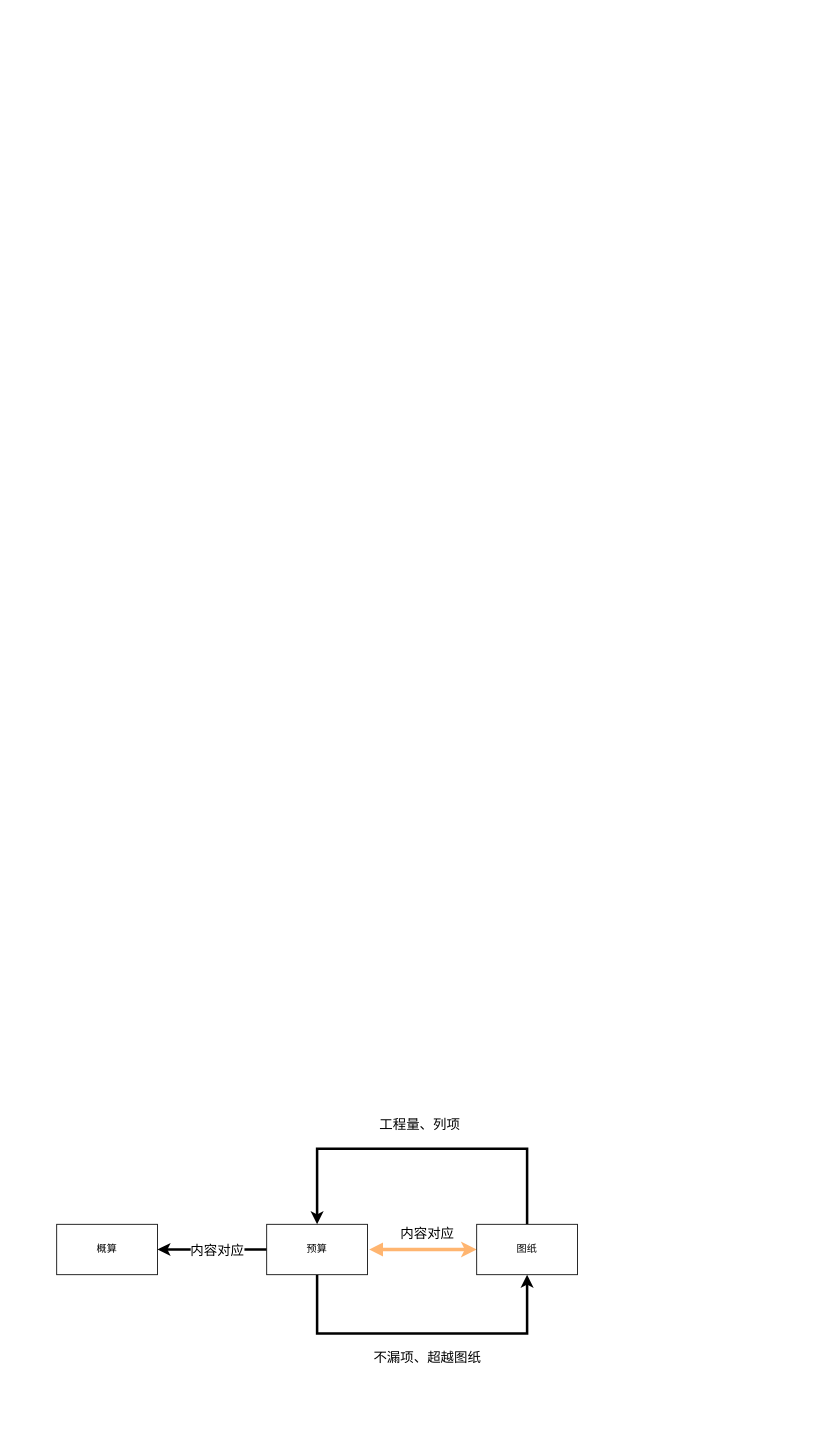
Before: Untitled Diagram.drawio in 26awen/drawiofiles, a draw.io diagram. Source tidied: cells renumbered, new cells numbered last; positions are measured from the earlier drawing's top-left corner, leaving out a move shared by most shapes. Both pictures are drawn from the tidied source at 84%, with x=0, y=0 at pixel (56, 1148).
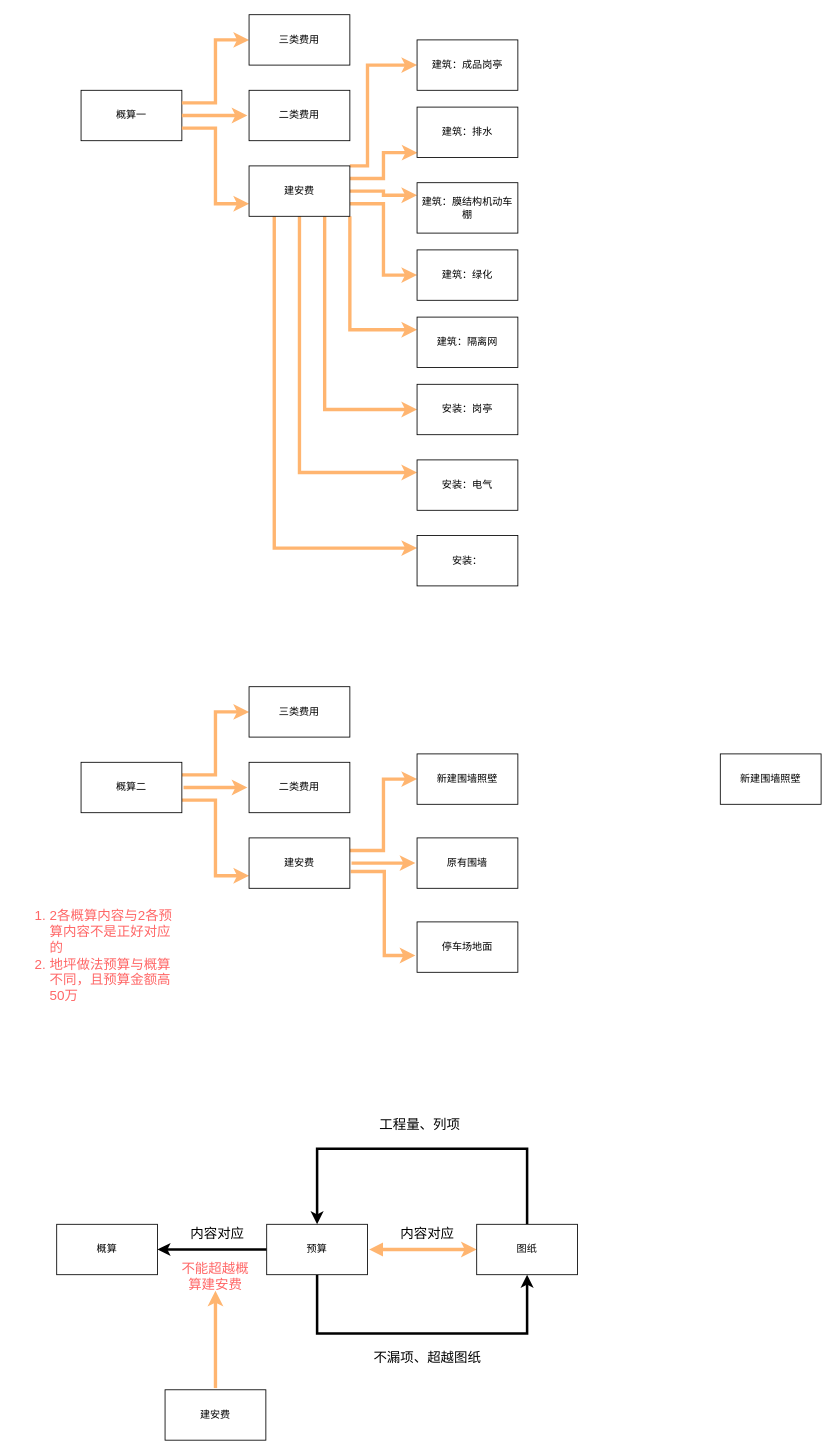
Above is the later version.

The change refers to these unchanged cells:
```xml
<mxCell id="3" style="edgeStyle=orthogonalEdgeStyle;jettySize=auto;html=1;rounded=0;strokeWidth=3;" parent="1" edge="1" source="9" target="2">
  <mxGeometry relative="1" as="geometry" />
</mxCell>
```

What changed in the source:
```diff
@@
     <mxCell id="4" value="内容对应" style="edgeLabel;html=1;align=center;verticalAlign=middle;fontSize=16;" parent="3" vertex="1">
       <mxGeometry x="-0.32" y="-2" relative="1" as="geometry">
-        <mxPoint x="-16" y="2" as="offset" />
+        <mxPoint x="-16" y="-18" as="offset" />
       </mxGeometry>
     </mxCell>
@@
+    <mxCell id="13" value="&lt;font color=&quot;#ff6666&quot;&gt;不能超越概算建安费&lt;/font&gt;" style="text;html=1;strokeColor=none;fillColor=none;align=center;verticalAlign=middle;whiteSpace=wrap;rounded=0;fontSize=16;" parent="1" vertex="1">
+      <mxGeometry x="144" y="137" width="90" height="30" as="geometry" />
+    </mxCell>
+    <mxCell id="14" style="edgeStyle=orthogonalEdgeStyle;rounded=0;jettySize=auto;html=1;fontSize=16;fontColor=#FF6666;startArrow=none;sourcePerimeterSpacing=2;targetPerimeterSpacing=2;strokeColor=#FFB570;strokeWidth=4;startFill=0;" parent="1" edge="1" source="15" target="13">
+      <mxGeometry relative="1" as="geometry" />
+    </mxCell>
+    <mxCell id="15" value="建安费" style="rounded=0;whiteSpace=wrap;html=1;" parent="1" vertex="1">
+      <mxGeometry x="129" y="287" width="120" height="60" as="geometry" />
+    </mxCell>
+    <mxCell id="16" value="概算一" style="rounded=0;whiteSpace=wrap;html=1;" parent="1" vertex="1">
+      <mxGeometry x="29" y="-1260" width="120" height="60" as="geometry" />
+    </mxCell>
+    <mxCell id="17" style="edgeStyle=orthogonalEdgeStyle;rounded=0;jettySize=auto;html=1;fontSize=16;fontColor=#FF6666;startArrow=none;startFill=0;sourcePerimeterSpacing=2;targetPerimeterSpacing=2;strokeColor=#FFB570;strokeWidth=4;" parent="1" edge="1" source="20" target="21">
+      <mxGeometry relative="1" as="geometry" />
+    </mxCell>
+    <mxCell id="18" style="edgeStyle=orthogonalEdgeStyle;rounded=0;jettySize=auto;html=1;exitX=1;exitY=0.25;exitDx=0;exitDy=0;fontSize=16;fontColor=#FF6666;startArrow=none;startFill=0;sourcePerimeterSpacing=2;targetPerimeterSpacing=2;strokeColor=#FFB570;strokeWidth=4;entryX=0;entryY=0.5;entryDx=0;entryDy=0;" parent="1" edge="1" source="20" target="22">
+      <mxGeometry relative="1" as="geometry" />
+    </mxCell>
+    <mxCell id="19" style="edgeStyle=orthogonalEdgeStyle;rounded=0;jettySize=auto;html=1;exitX=1;exitY=0.75;exitDx=0;exitDy=0;entryX=0;entryY=0.75;entryDx=0;entryDy=0;fontSize=16;fontColor=#FF6666;startArrow=none;startFill=0;sourcePerimeterSpacing=2;targetPerimeterSpacing=2;strokeColor=#FFB570;strokeWidth=4;" parent="1" edge="1" source="20" target="26">
+      <mxGeometry relative="1" as="geometry" />
+    </mxCell>
+    <mxCell id="20" value="概算二" style="rounded=0;whiteSpace=wrap;html=1;" parent="1" vertex="1">
+      <mxGeometry x="29" y="-460" width="120" height="60" as="geometry" />
+    </mxCell>
+    <mxCell id="21" value="二类费用" style="rounded=0;whiteSpace=wrap;html=1;" parent="1" vertex="1">
+      <mxGeometry x="229" y="-460" width="120" height="60" as="geometry" />
+    </mxCell>
+    <mxCell id="22" value="三类费用" style="rounded=0;whiteSpace=wrap;html=1;" parent="1" vertex="1">
+      <mxGeometry x="229" y="-550" width="120" height="60" as="geometry" />
+    </mxCell>
+    <mxCell id="23" style="edgeStyle=orthogonalEdgeStyle;rounded=0;jettySize=auto;html=1;fontSize=16;fontColor=#FF6666;startArrow=none;startFill=0;sourcePerimeterSpacing=2;targetPerimeterSpacing=2;strokeColor=#FFB570;strokeWidth=4;" parent="1" edge="1" source="26" target="28">
+      <mxGeometry relative="1" as="geometry" />
+    </mxCell>
+    <mxCell id="24" style="edgeStyle=orthogonalEdgeStyle;rounded=0;jettySize=auto;html=1;fontSize=16;fontColor=#FF6666;startArrow=none;startFill=0;sourcePerimeterSpacing=2;targetPerimeterSpacing=2;strokeColor=#FFB570;strokeWidth=4;" parent="1" edge="1" target="29">
+      <mxGeometry relative="1" as="geometry">
+        <mxPoint x="350" y="-330" as="sourcePoint" />
+        <Array as="points">
+          <mxPoint x="390" y="-330" />
+          <mxPoint x="390" y="-230" />
+        </Array>
+      </mxGeometry>
+    </mxCell>
+    <mxCell id="25" style="edgeStyle=orthogonalEdgeStyle;rounded=0;jettySize=auto;html=1;exitX=1;exitY=0.25;exitDx=0;exitDy=0;fontSize=16;fontColor=#FF6666;startArrow=none;startFill=0;sourcePerimeterSpacing=2;targetPerimeterSpacing=2;strokeColor=#FFB570;strokeWidth=4;entryX=0;entryY=0.5;entryDx=0;entryDy=0;" parent="1" edge="1" source="26" target="30">
+      <mxGeometry relative="1" as="geometry" />
+    </mxCell>
+    <mxCell id="26" value="建安费" style="rounded=0;whiteSpace=wrap;html=1;" parent="1" vertex="1">
+      <mxGeometry x="229" y="-370" width="120" height="60" as="geometry" />
+    </mxCell>
+    <mxCell id="27" value="&lt;ol&gt;&lt;li&gt;2各概算内容与2各预算内容不是正好对应的&lt;/li&gt;&lt;li&gt;地坪做法预算与概算不同，且预算金额高50万&lt;/li&gt;&lt;/ol&gt;" style="text;strokeColor=none;fillColor=none;html=1;whiteSpace=wrap;verticalAlign=middle;overflow=hidden;fontSize=16;fontColor=#FF6666;" parent="1" vertex="1">
+      <mxGeometry x="-50" y="-310" width="190" height="160" as="geometry" />
+    </mxCell>
+    <mxCell id="28" value="原有围墙" style="rounded=0;whiteSpace=wrap;html=1;" parent="1" vertex="1">
+      <mxGeometry x="429" y="-370" width="120" height="60" as="geometry" />
+    </mxCell>
+    <mxCell id="29" value="停车场地面" style="rounded=0;whiteSpace=wrap;html=1;" parent="1" vertex="1">
+      <mxGeometry x="429" y="-270" width="120" height="60" as="geometry" />
+    </mxCell>
+    <mxCell id="30" value="新建围墙照壁" style="rounded=0;whiteSpace=wrap;html=1;" parent="1" vertex="1">
+      <mxGeometry x="429" y="-470" width="120" height="60" as="geometry" />
+    </mxCell>
+    <mxCell id="31" value="新建围墙照壁" style="rounded=0;whiteSpace=wrap;html=1;" parent="1" vertex="1">
+      <mxGeometry x="790" y="-470" width="120" height="60" as="geometry" />
+    </mxCell>
+    <mxCell id="32" style="edgeStyle=orthogonalEdgeStyle;rounded=0;jettySize=auto;html=1;fontSize=16;fontColor=#FF6666;startArrow=none;startFill=0;sourcePerimeterSpacing=2;targetPerimeterSpacing=2;strokeColor=#FFB570;strokeWidth=4;exitX=1;exitY=0.5;exitDx=0;exitDy=0;" parent="1" edge="1" source="16" target="35">
+      <mxGeometry relative="1" as="geometry" />
+    </mxCell>
+    <mxCell id="33" style="edgeStyle=orthogonalEdgeStyle;rounded=0;jettySize=auto;html=1;fontSize=16;fontColor=#FF6666;startArrow=none;startFill=0;sourcePerimeterSpacing=2;targetPerimeterSpacing=2;strokeColor=#FFB570;strokeWidth=4;entryX=0;entryY=0.5;entryDx=0;entryDy=0;exitX=1;exitY=0.25;exitDx=0;exitDy=0;" parent="1" edge="1" source="16" target="36">
+      <mxGeometry relative="1" as="geometry" />
+    </mxCell>
+    <mxCell id="34" style="edgeStyle=orthogonalEdgeStyle;rounded=0;jettySize=auto;html=1;entryX=0;entryY=0.75;entryDx=0;entryDy=0;fontSize=16;fontColor=#FF6666;startArrow=none;startFill=0;sourcePerimeterSpacing=2;targetPerimeterSpacing=2;strokeColor=#FFB570;strokeWidth=4;exitX=1;exitY=0.75;exitDx=0;exitDy=0;" parent="1" edge="1" source="16" target="45">
+      <mxGeometry relative="1" as="geometry" />
+    </mxCell>
+    <mxCell id="35" value="二类费用" style="rounded=0;whiteSpace=wrap;html=1;" parent="1" vertex="1">
+      <mxGeometry x="229" y="-1260" width="120" height="60" as="geometry" />
+    </mxCell>
+    <mxCell id="36" value="三类费用" style="rounded=0;whiteSpace=wrap;html=1;" parent="1" vertex="1">
+      <mxGeometry x="229" y="-1350" width="120" height="60" as="geometry" />
+    </mxCell>
+    <mxCell id="37" style="edgeStyle=orthogonalEdgeStyle;rounded=0;jettySize=auto;html=1;fontSize=16;fontColor=#FF6666;startArrow=none;startFill=0;sourcePerimeterSpacing=2;targetPerimeterSpacing=2;strokeColor=#FFB570;strokeWidth=4;entryX=0;entryY=0.5;entryDx=0;entryDy=0;exitX=1;exitY=0;exitDx=0;exitDy=0;" parent="1" edge="1" source="45" target="46">
+      <mxGeometry relative="1" as="geometry">
+        <Array as="points">
+          <mxPoint x="370" y="-1170" />
+          <mxPoint x="370" y="-1290" />
+        </Array>
+      </mxGeometry>
+    </mxCell>
+    <mxCell id="38" style="edgeStyle=orthogonalEdgeStyle;rounded=0;jettySize=auto;html=1;exitX=1;exitY=0.25;exitDx=0;exitDy=0;entryX=0.004;entryY=0.904;entryDx=0;entryDy=0;entryPerimeter=0;fontSize=16;fontColor=#FF6666;startArrow=none;startFill=0;sourcePerimeterSpacing=2;targetPerimeterSpacing=2;strokeColor=#FFB570;strokeWidth=4;" parent="1" edge="1" source="45" target="47">
+      <mxGeometry relative="1" as="geometry" />
+    </mxCell>
+    <mxCell id="39" style="edgeStyle=orthogonalEdgeStyle;rounded=0;jettySize=auto;html=1;exitX=1;exitY=0.5;exitDx=0;exitDy=0;entryX=0;entryY=0.25;entryDx=0;entryDy=0;fontSize=16;fontColor=#FF6666;startArrow=none;startFill=0;sourcePerimeterSpacing=2;targetPerimeterSpacing=2;strokeColor=#FFB570;strokeWidth=4;" parent="1" edge="1" source="45" target="48">
+      <mxGeometry relative="1" as="geometry" />
+    </mxCell>
+    <mxCell id="40" style="edgeStyle=orthogonalEdgeStyle;rounded=0;jettySize=auto;html=1;exitX=1;exitY=0.75;exitDx=0;exitDy=0;entryX=0;entryY=0.5;entryDx=0;entryDy=0;fontSize=16;fontColor=#FF6666;startArrow=none;startFill=0;sourcePerimeterSpacing=2;targetPerimeterSpacing=2;strokeColor=#FFB570;strokeWidth=4;" parent="1" edge="1" source="45" target="49">
+      <mxGeometry relative="1" as="geometry" />
+    </mxCell>
+    <mxCell id="41" style="edgeStyle=orthogonalEdgeStyle;rounded=0;jettySize=auto;html=1;exitX=1;exitY=1;exitDx=0;exitDy=0;entryX=0;entryY=0.25;entryDx=0;entryDy=0;fontSize=16;fontColor=#FF6666;startArrow=none;startFill=0;sourcePerimeterSpacing=2;targetPerimeterSpacing=2;strokeColor=#FFB570;strokeWidth=4;" parent="1" edge="1" source="45" target="50">
+      <mxGeometry relative="1" as="geometry" />
+    </mxCell>
+    <mxCell id="42" style="edgeStyle=orthogonalEdgeStyle;rounded=0;jettySize=auto;html=1;exitX=0.75;exitY=1;exitDx=0;exitDy=0;entryX=0;entryY=0.5;entryDx=0;entryDy=0;fontSize=16;fontColor=#FF6666;startArrow=none;startFill=0;sourcePerimeterSpacing=2;targetPerimeterSpacing=2;strokeColor=#FFB570;strokeWidth=4;" parent="1" edge="1" source="45" target="51">
+      <mxGeometry relative="1" as="geometry" />
+    </mxCell>
+    <mxCell id="43" style="edgeStyle=orthogonalEdgeStyle;rounded=0;jettySize=auto;html=1;exitX=0.5;exitY=1;exitDx=0;exitDy=0;entryX=0;entryY=0.25;entryDx=0;entryDy=0;fontSize=16;fontColor=#FF6666;startArrow=none;startFill=0;sourcePerimeterSpacing=2;targetPerimeterSpacing=2;strokeColor=#FFB570;strokeWidth=4;" parent="1" edge="1" source="45" target="52">
+      <mxGeometry relative="1" as="geometry" />
+    </mxCell>
+    <mxCell id="44" style="edgeStyle=orthogonalEdgeStyle;rounded=0;jettySize=auto;html=1;exitX=0.25;exitY=1;exitDx=0;exitDy=0;entryX=0;entryY=0.25;entryDx=0;entryDy=0;fontSize=16;fontColor=#FF6666;startArrow=none;startFill=0;sourcePerimeterSpacing=2;targetPerimeterSpacing=2;strokeColor=#FFB570;strokeWidth=4;" parent="1" edge="1" source="45" target="53">
+      <mxGeometry relative="1" as="geometry" />
+    </mxCell>
+    <mxCell id="45" value="建安费" style="rounded=0;whiteSpace=wrap;html=1;" parent="1" vertex="1">
+      <mxGeometry x="229" y="-1170" width="120" height="60" as="geometry" />
+    </mxCell>
+    <mxCell id="46" value="建筑：成品岗亭" style="rounded=0;whiteSpace=wrap;html=1;" parent="1" vertex="1">
+      <mxGeometry x="429" y="-1320" width="120" height="60" as="geometry" />
+    </mxCell>
+    <mxCell id="47" value="建筑：排水" style="rounded=0;whiteSpace=wrap;html=1;" parent="1" vertex="1">
+      <mxGeometry x="429" y="-1240" width="120" height="60" as="geometry" />
+    </mxCell>
+    <mxCell id="48" value="建筑：膜结构机动车棚" style="rounded=0;whiteSpace=wrap;html=1;" parent="1" vertex="1">
+      <mxGeometry x="429" y="-1150" width="120" height="60" as="geometry" />
+    </mxCell>
+    <mxCell id="49" value="建筑：绿化" style="rounded=0;whiteSpace=wrap;html=1;" parent="1" vertex="1">
+      <mxGeometry x="429" y="-1070" width="120" height="60" as="geometry" />
+    </mxCell>
+    <mxCell id="50" value="建筑：隔离网" style="rounded=0;whiteSpace=wrap;html=1;" parent="1" vertex="1">
+      <mxGeometry x="429" y="-990" width="120" height="60" as="geometry" />
+    </mxCell>
+    <mxCell id="51" value="安装：岗亭" style="rounded=0;whiteSpace=wrap;html=1;" parent="1" vertex="1">
+      <mxGeometry x="429" y="-910" width="120" height="60" as="geometry" />
+    </mxCell>
+    <mxCell id="52" value="安装：电气" style="rounded=0;whiteSpace=wrap;html=1;" parent="1" vertex="1">
+      <mxGeometry x="429" y="-820" width="120" height="60" as="geometry" />
+    </mxCell>
+    <mxCell id="53" value="安装：" style="rounded=0;whiteSpace=wrap;html=1;" parent="1" vertex="1">
+      <mxGeometry x="429" y="-730" width="120" height="60" as="geometry" />
+    </mxCell>
```
